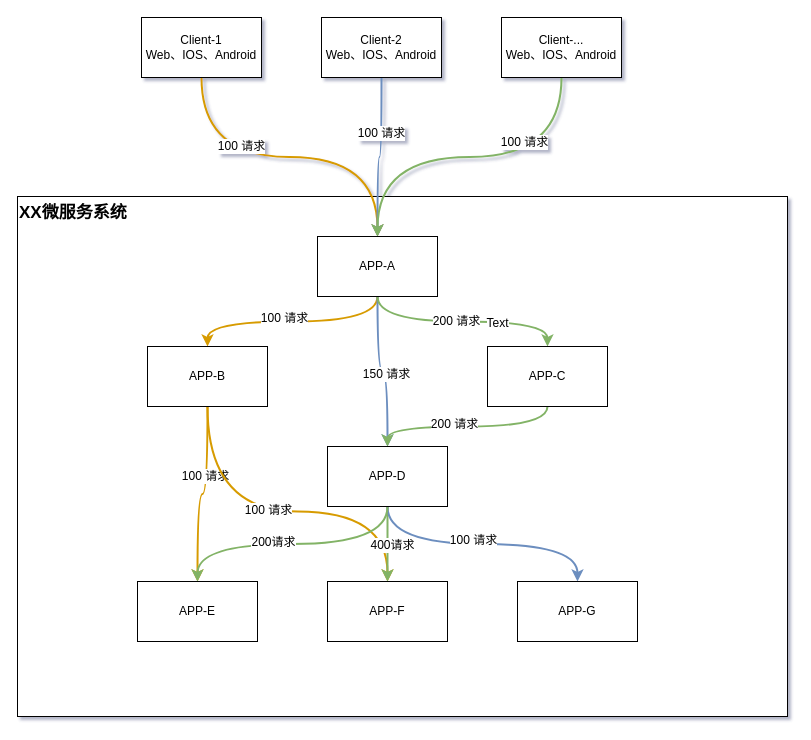
The draw.io diagram 微服务调用链雪崩.drawio in catface996/images, before the edit. Source tidied: cells renumbered, new cells numbered last; positions are measured from the earlier drawing's top-left corner, leaving out a move shared by most shapes. Both pictures are drawn from the tidied source at 100%, with x=0, y=0 at pixel (17, 17).
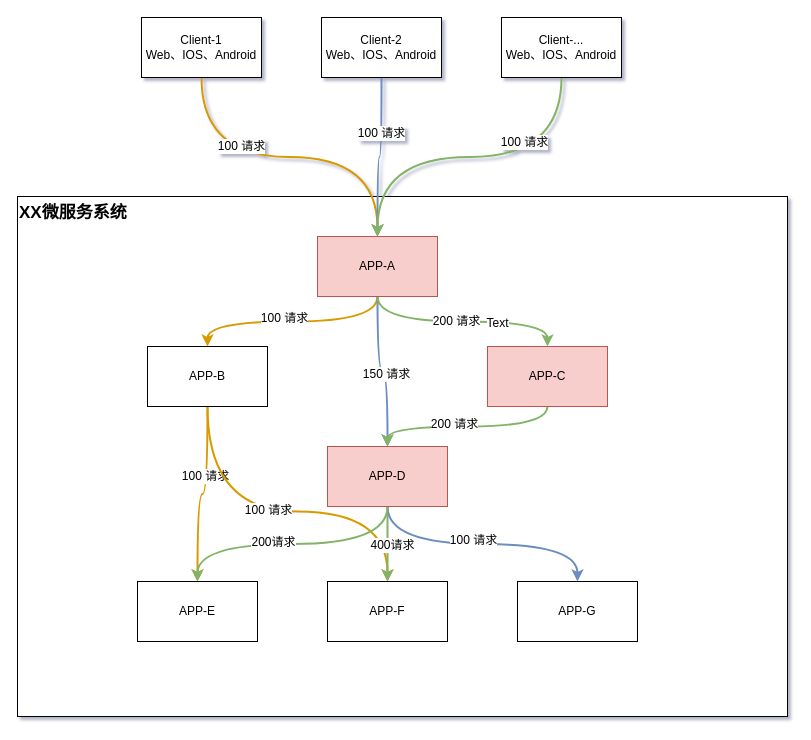
Above is the later version.

Commit message:
更新微服务调用链雪崩.drawio

The edit, as a diff of the source:
```diff
@@
-    <mxCell id="19" value="APP-A" style="rounded=0;whiteSpace=wrap;html=1;" parent="1" vertex="1">
+    <mxCell id="19" value="APP-A" style="rounded=0;whiteSpace=wrap;html=1;fillColor=#f8cecc;strokeColor=#b85450;" parent="1" vertex="1">
       <mxGeometry x="300" y="219" width="120" height="60" as="geometry" />
     </mxCell>
@@
-    <mxCell id="27" value="APP-C" style="rounded=0;whiteSpace=wrap;html=1;" parent="1" vertex="1">
+    <mxCell id="27" value="APP-C" style="rounded=0;whiteSpace=wrap;html=1;fillColor=#f8cecc;strokeColor=#b85450;" parent="1" vertex="1">
       <mxGeometry x="470" y="329" width="120" height="60" as="geometry" />
     </mxCell>
@@
-    <mxCell id="34" value="APP-D" style="rounded=0;whiteSpace=wrap;html=1;" parent="1" vertex="1">
+    <mxCell id="34" value="APP-D" style="rounded=0;whiteSpace=wrap;html=1;fillColor=#f8cecc;strokeColor=#b85450;" parent="1" vertex="1">
       <mxGeometry x="310" y="429" width="120" height="60" as="geometry" />
     </mxCell>
```
